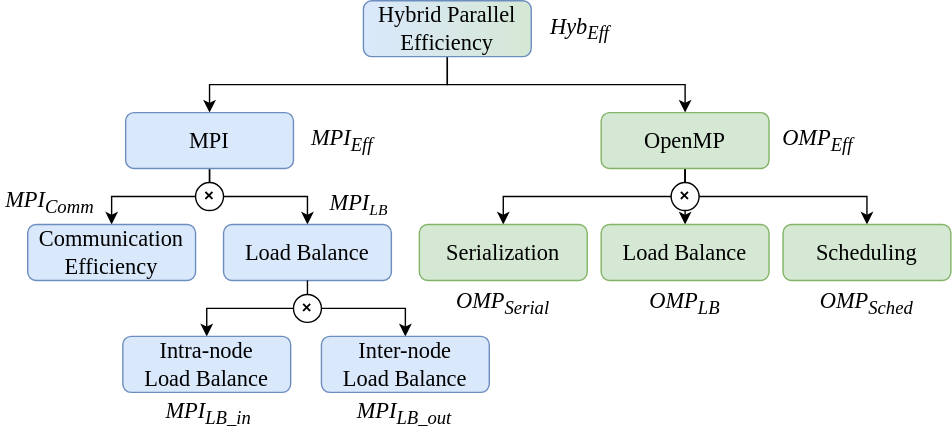
Before: doc/user_guide/source/images/talp-efficiency-models.drawio.svg, a diagram exported from draw.io (bsc-pm/dlb). Source tidied: cells renumbered, new cells last; positions are measured from the earlier drawing's top-left corner, leaving out a move shared by most shapes.
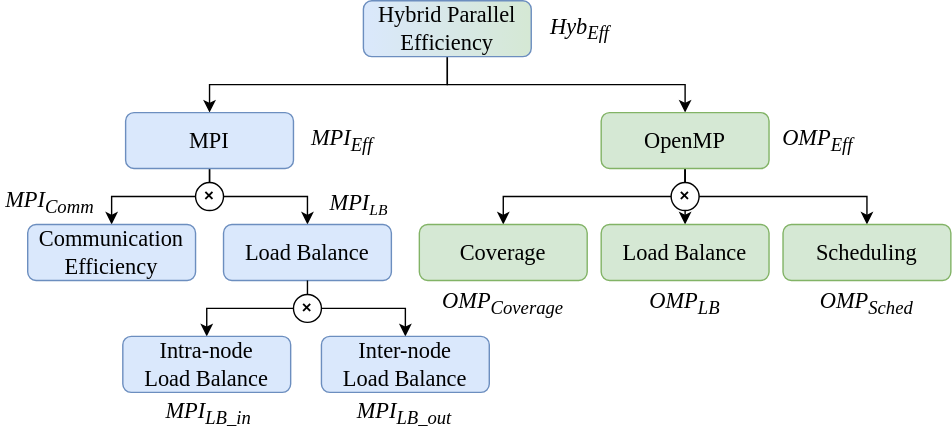
Above is the later version.

The edit, as a diff of the source:
```diff
@@ -38,7 +38,7 @@
     <mxCell id="13" value="Communication Efficiency" style="rounded=1;whiteSpace=wrap;html=1;fillColor=#dae8fc;strokeColor=#6c8ebf;fontSize=16;fontFamily=Times New Roman;" parent="1" vertex="1">
       <mxGeometry x="19" y="160" width="120" height="40" as="geometry" />
     </mxCell>
-    <mxCell id="14" value="Serialization" style="rounded=1;whiteSpace=wrap;html=1;fillColor=#d5e8d4;strokeColor=#82b366;fontSize=16;fontFamily=Times New Roman;" parent="1" vertex="1">
+    <mxCell id="14" value="Coverage" style="rounded=1;whiteSpace=wrap;html=1;fillColor=#d5e8d4;strokeColor=#82b366;fontSize=16;fontFamily=Times New Roman;" parent="1" vertex="1">
       <mxGeometry x="299" y="160" width="120" height="40" as="geometry" />
     </mxCell>
     <mxCell id="15" value="Load Balance" style="rounded=1;whiteSpace=wrap;html=1;fillColor=#d5e8d4;strokeColor=#82b366;fontSize=16;fontFamily=Times New Roman;" parent="1" vertex="1">
@@ -56,7 +56,7 @@
     <mxCell id="19" value="OMP&lt;sub&gt;Eff&lt;/sub&gt;" style="text;html=1;strokeColor=none;fillColor=none;align=center;verticalAlign=middle;whiteSpace=wrap;rounded=0;fontFamily=Times New Roman;fontSize=16;fontStyle=2;" parent="1" vertex="1">
       <mxGeometry x="549" y="80" width="70" height="40" as="geometry" />
     </mxCell>
-    <mxCell id="20" value="OMP&lt;sub&gt;Serial&lt;/sub&gt;" style="text;html=1;strokeColor=none;fillColor=none;align=center;verticalAlign=middle;whiteSpace=wrap;rounded=0;fontFamily=Times New Roman;fontSize=16;fontStyle=2;" parent="1" vertex="1">
+    <mxCell id="20" value="OMP&lt;sub&gt;Coverage&lt;/sub&gt;" style="text;html=1;strokeColor=none;fillColor=none;align=center;verticalAlign=middle;whiteSpace=wrap;rounded=0;fontFamily=Times New Roman;fontSize=16;fontStyle=2;" parent="1" vertex="1">
       <mxGeometry x="324" y="196" width="70" height="40" as="geometry" />
     </mxCell>
     <mxCell id="21" value="OMP&lt;sub&gt;LB&lt;/sub&gt;" style="text;html=1;strokeColor=none;fillColor=none;align=center;verticalAlign=middle;whiteSpace=wrap;rounded=0;fontFamily=Times New Roman;fontSize=16;fontStyle=2;" parent="1" vertex="1">
```
